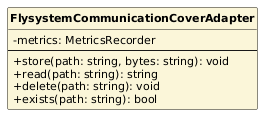
The PlantUML diagram PB/Specifica Tecnica/ImmaginiSpecificaTecnica/ClassiSingoleCommunications/FlysystemCommunicationCoverAdapter.png in aLittleByte-19/Documentazione, before a commit.
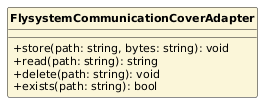
The same file after the commit.

Diff of the diagram source:
```diff
@@ -6,8 +6,6 @@
 skinparam shadowing false
 hide circle
 class FlysystemCommunicationCoverAdapter #FBF6D9 {
-  -metrics: MetricsRecorder
-  --
   +store(path: string, bytes: string): void
   +read(path: string): string
   +delete(path: string): void
```
